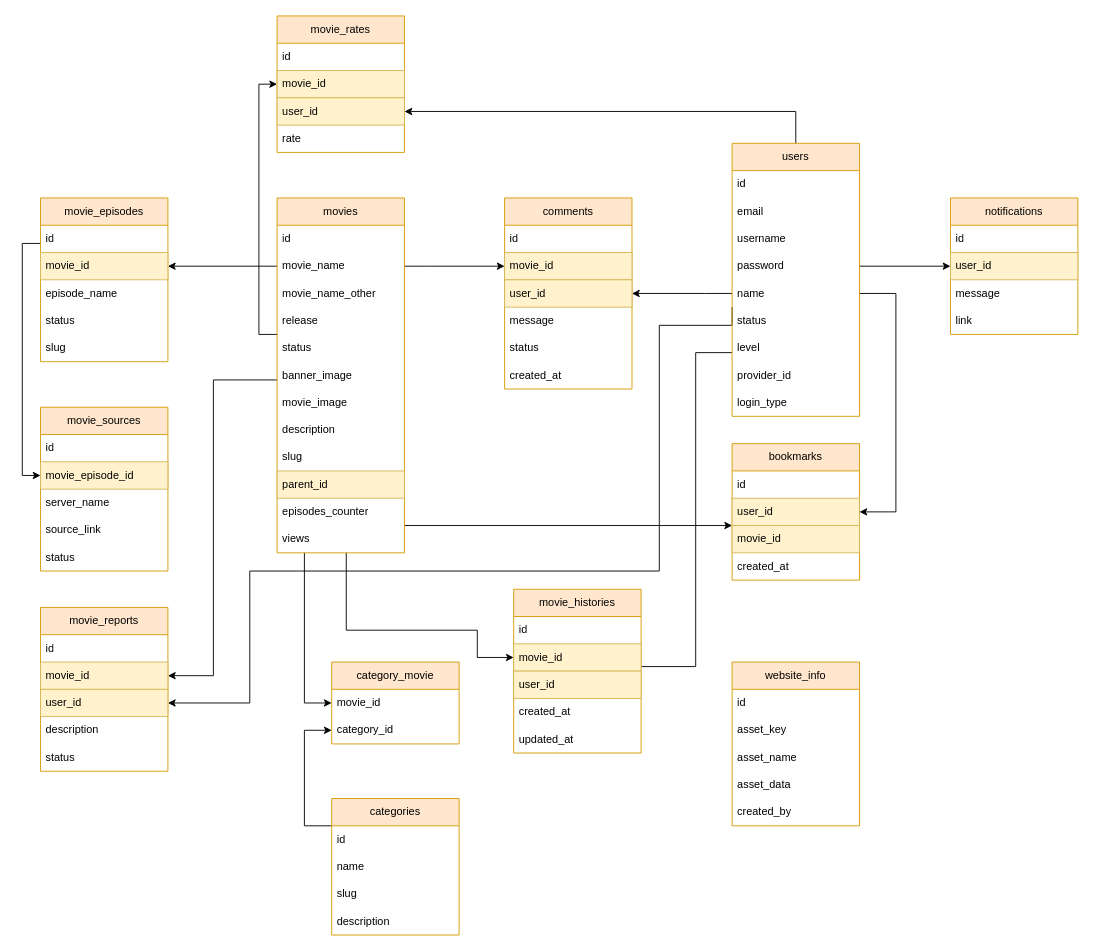
chinhps/movie-project keeps this draw.io diagram as movies_erd.drawio. Above is the earlier version. Source tidied: cells renumbered, new cells numbered last; positions are measured from the earlier drawing's top-left corner, leaving out a move shared by most shapes. Both pictures are drawn from the tidied source at 91%, with x=0, y=0 at pixel (22, 15).
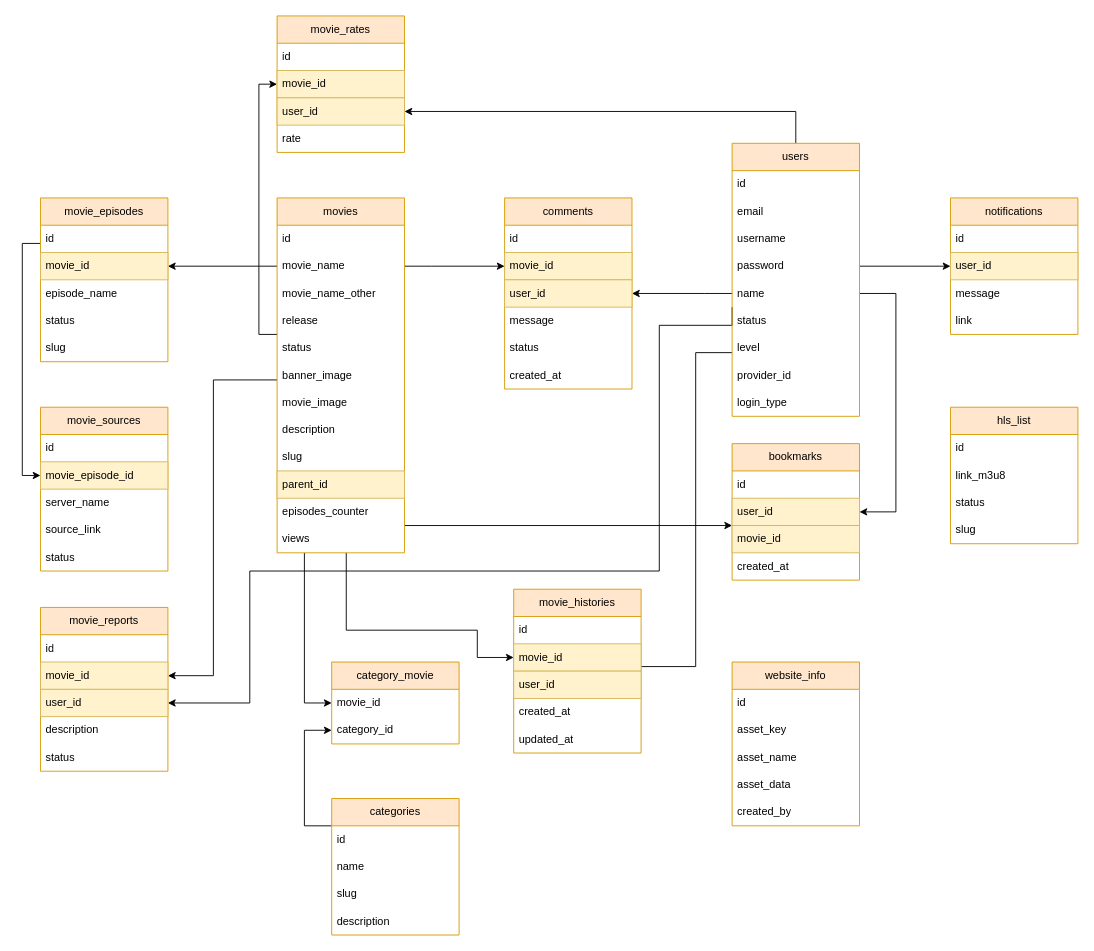
After the change.

Change to the diagram source:
```diff
@@
+    <mxCell id="100" value="hls_list" style="swimlane;fontStyle=0;horizontal=1;startSize=30;whiteSpace=wrap;html=1;fillColor=#ffe6cc;strokeColor=#d79b00;" parent="1" vertex="1">
+      <mxGeometry x="1020" y="430" width="140" height="150" as="geometry" />
+    </mxCell>
+    <mxCell id="101" value="id" style="text;strokeColor=none;fillColor=none;align=left;verticalAlign=middle;spacingLeft=4;spacingRight=4;overflow=hidden;whiteSpace=wrap;html=1;" parent="100" vertex="1">
+      <mxGeometry y="30" width="140" height="30" as="geometry" />
+    </mxCell>
+    <mxCell id="102" value="link_m3u8" style="text;align=left;verticalAlign=middle;spacingLeft=4;spacingRight=4;overflow=hidden;whiteSpace=wrap;html=1;" parent="100" vertex="1">
+      <mxGeometry y="60" width="140" height="30" as="geometry" />
+    </mxCell>
+    <mxCell id="103" value="status" style="text;strokeColor=none;fillColor=none;align=left;verticalAlign=middle;spacingLeft=4;spacingRight=4;overflow=hidden;whiteSpace=wrap;html=1;" parent="100" vertex="1">
+      <mxGeometry y="90" width="140" height="30" as="geometry" />
+    </mxCell>
+    <mxCell id="104" value="slug" style="text;align=left;verticalAlign=middle;spacingLeft=4;spacingRight=4;overflow=hidden;whiteSpace=wrap;html=1;" parent="100" vertex="1">
+      <mxGeometry y="120" width="140" height="30" as="geometry" />
+    </mxCell>
```
